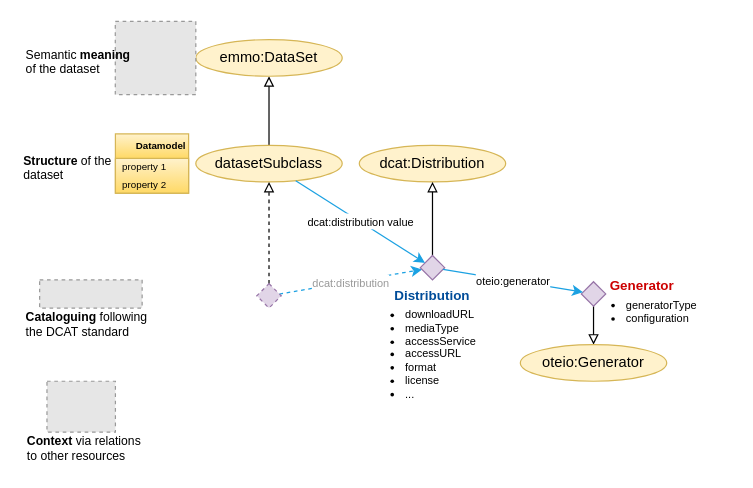
Above: page "Consumer1" (5 of 19) of docs/figs/dataset.drawio in EMMC-ASBL/tripper (draw.io), before the change. Source tidied: cells renumbered, new cells numbered last; positions are measured from the earlier drawing's top-left corner, leaving out a move shared by most shapes. Both pictures are drawn from the tidied source at 122%, with x=0, y=0 at pixel (21, 21). Pictures stored in the file or linked from it are replaced by grey dashed boxes.
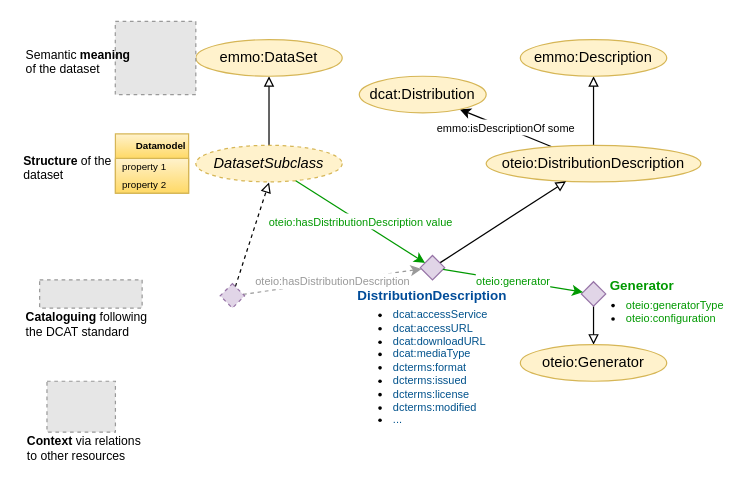
The same page after the edit.

The change refers to these unchanged cells:
```xml
<mxCell id="10" style="rhombus;whiteSpace=wrap;html=1;fillColor=#e1d5e7;strokeColor=#9673a6;" parent="1" vertex="1">
  <mxGeometry x="327" y="191.9" width="20" height="20" as="geometry" />
</mxCell>
<mxCell id="12" value="emmo:DataSet" style="ellipse;whiteSpace=wrap;html=1;fillColor=#fff2cc;strokeColor=#d6b656;" parent="1" vertex="1">
  <mxGeometry x="143" y="15" width="120" height="30" as="geometry" />
</mxCell>
<mxCell id="27" style="rhombus;whiteSpace=wrap;html=1;fillColor=#e1d5e7;strokeColor=#9673a6;" parent="1" vertex="1">
  <mxGeometry x="459" y="213.4" width="20" height="20" as="geometry" />
</mxCell>
```

What changed in the source:
```diff
@@
-    <mxCell id="2" value="&lt;ul&gt;&lt;li&gt;&lt;font style=&quot;font-size: 9px;&quot;&gt;downloadURL&lt;/font&gt;&lt;/li&gt;&lt;li&gt;&lt;font style=&quot;font-size: 9px;&quot;&gt;mediaType&lt;/font&gt;&lt;/li&gt;&lt;li&gt;&lt;font style=&quot;font-size: 9px;&quot;&gt;accessService&lt;/font&gt;&lt;/li&gt;&lt;li&gt;&lt;font style=&quot;font-size: 9px;&quot;&gt;accessURL&lt;/font&gt;&lt;/li&gt;&lt;li&gt;&lt;span style=&quot;background-color: initial;&quot;&gt;format&lt;/span&gt;&lt;br&gt;&lt;/li&gt;&lt;li&gt;&lt;span style=&quot;background-color: initial;&quot;&gt;license&lt;/span&gt;&lt;br&gt;&lt;/li&gt;&lt;li&gt;&lt;font style=&quot;font-size: 9px;&quot;&gt;...&lt;/font&gt;&lt;/li&gt;&lt;/ul&gt;" style="text;html=1;align=left;verticalAlign=top;whiteSpace=wrap;rounded=0;fontFamily=Helvetica;fontSize=9;fontColor=default;labelBackgroundColor=none;" parent="1" vertex="1">
-      <mxGeometry x="273" y="220" width="100" height="100" as="geometry" />
-    </mxCell>
-    <mxCell id="3" style="edgeStyle=none;rounded=0;jettySize=auto;html=1;endArrow=block;endFill=0;" parent="1" edge="1" source="4" target="12">
-      <mxGeometry relative="1" as="geometry" />
-    </mxCell>
-    <mxCell id="4" value="datasetSubclass" style="ellipse;whiteSpace=wrap;html=1;fillColor=#fff2cc;strokeColor=#d6b656;" parent="1" vertex="1">
-      <mxGeometry x="143" y="101.6" width="120" height="30" as="geometry" />
-    </mxCell>
-    <mxCell id="5" value="dcat:Distribution" style="ellipse;whiteSpace=wrap;html=1;fillColor=#fff2cc;strokeColor=#d6b656;" parent="1" vertex="1">
-      <mxGeometry x="277" y="101.6" width="120" height="30" as="geometry" />
-    </mxCell>
-    <mxCell id="6" style="edgeStyle=none;shape=connector;rounded=0;jettySize=auto;html=1;strokeColor=default;align=center;verticalAlign=middle;fontFamily=Helvetica;fontSize=11;fontColor=default;labelBackgroundColor=default;endArrow=block;endFill=0;dashed=1;" parent="1" edge="1" source="8" target="4">
-      <mxGeometry relative="1" as="geometry" />
-    </mxCell>
-    <mxCell id="7" value="&lt;span style=&quot;font-size: 9px;&quot;&gt;&lt;font color=&quot;#999999&quot;&gt;dcat:distribution&lt;/font&gt;&lt;/span&gt;" style="shape=connector;rounded=0;jettySize=auto;html=1;strokeColor=#1BA1E2;align=center;verticalAlign=middle;fontFamily=Helvetica;fontSize=11;fontColor=default;labelBackgroundColor=default;endArrow=classic;endFill=1;dashed=1;" parent="1" edge="1" source="8" target="10">
-      <mxGeometry relative="1" as="geometry" />
-    </mxCell>
-    <mxCell id="8" style="rhombus;whiteSpace=wrap;html=1;fillColor=#e1d5e7;strokeColor=#9673a6;dashed=1;" parent="1" vertex="1">
-      <mxGeometry x="193" y="215" width="20" height="20" as="geometry" />
-    </mxCell>
-    <mxCell id="9" style="edgeStyle=none;shape=connector;rounded=0;jettySize=auto;html=1;strokeColor=default;align=center;verticalAlign=middle;fontFamily=Helvetica;fontSize=11;fontColor=default;labelBackgroundColor=default;endArrow=block;endFill=0;" parent="1" edge="1" source="10" target="5">
-      <mxGeometry relative="1" as="geometry" />
-    </mxCell>
+    <mxCell id="33" value="&lt;ul&gt;&lt;li&gt;&lt;font color=&quot;#00528c&quot;&gt;dcat:accessService&lt;/font&gt;&lt;/li&gt;&lt;li&gt;&lt;font color=&quot;#00528c&quot;&gt;dcat:accessURL&lt;/font&gt;&lt;/li&gt;&lt;li&gt;&lt;font color=&quot;#00528c&quot; style=&quot;font-size: 9px;&quot;&gt;dcat:downloadURL&lt;/font&gt;&lt;/li&gt;&lt;li&gt;&lt;font color=&quot;#00528c&quot; style=&quot;font-size: 9px;&quot;&gt;dcat:mediaType&lt;/font&gt;&lt;/li&gt;&lt;li&gt;&lt;span style=&quot;background-color: initial; color: rgb(0, 82, 140);&quot;&gt;dcterms:format&lt;/span&gt;&lt;br&gt;&lt;/li&gt;&lt;li&gt;&lt;font color=&quot;#00528c&quot;&gt;dcterms:issued&lt;/font&gt;&lt;/li&gt;&lt;li&gt;&lt;font color=&quot;#00528c&quot;&gt;&lt;span style=&quot;background-color: initial;&quot;&gt;dcterms:license&lt;/span&gt;&lt;br&gt;&lt;/font&gt;&lt;/li&gt;&lt;li&gt;&lt;span style=&quot;background-color: initial; color: rgb(0, 82, 140);&quot;&gt;dcterms:modified&lt;/span&gt;&lt;br&gt;&lt;/li&gt;&lt;li&gt;&lt;span style=&quot;color: rgb(0, 82, 140); background-color: initial;&quot;&gt;...&lt;/span&gt;&lt;br&gt;&lt;/li&gt;&lt;/ul&gt;" style="text;html=1;align=left;verticalAlign=top;whiteSpace=wrap;rounded=0;fontFamily=Helvetica;fontSize=9;fontColor=default;labelBackgroundColor=none;" parent="1" vertex="1">
+      <mxGeometry x="263" y="219.8" width="130" height="115" as="geometry" />
+    </mxCell>
+    <mxCell id="34" style="edgeStyle=none;rounded=0;jettySize=auto;html=1;endArrow=block;endFill=0;" parent="1" edge="1" source="35" target="12">
+      <mxGeometry relative="1" as="geometry" />
+    </mxCell>
+    <mxCell id="35" value="&lt;i&gt;DatasetSubclass&lt;/i&gt;" style="ellipse;whiteSpace=wrap;html=1;fillColor=#fff2cc;strokeColor=#d6b656;dashed=1;" parent="1" vertex="1">
+      <mxGeometry x="143" y="101.6" width="120" height="30" as="geometry" />
+    </mxCell>
+    <mxCell id="36" style="rounded=0;jettySize=auto;html=1;strokeColor=default;align=center;verticalAlign=middle;fontFamily=Helvetica;fontSize=11;fontColor=default;labelBackgroundColor=default;endArrow=block;endFill=0;" parent="1" edge="1" source="38" target="43">
+      <mxGeometry relative="1" as="geometry" />
+    </mxCell>
+    <mxCell id="37" value="&lt;font style=&quot;font-size: 9px;&quot;&gt;emmo:isDescriptionOf some&lt;/font&gt;" style="edgeStyle=none;shape=connector;rounded=0;jettySize=auto;html=1;strokeColor=#000000;align=center;verticalAlign=middle;fontFamily=Helvetica;fontSize=11;fontColor=default;labelBackgroundColor=default;endArrow=classic;endFill=1;" parent="1" edge="1" source="38" target="5">
+      <mxGeometry relative="1" as="geometry" />
+    </mxCell>
+    <mxCell id="38" value="oteio:DistributionDescription" style="ellipse;whiteSpace=wrap;html=1;fillColor=#fff2cc;strokeColor=#d6b656;" parent="1" vertex="1">
+      <mxGeometry x="381" y="101.6" width="176" height="30" as="geometry" />
+    </mxCell>
+    <mxCell id="39" style="edgeStyle=none;shape=connector;rounded=0;jettySize=auto;html=1;strokeColor=default;align=center;verticalAlign=middle;fontFamily=Helvetica;fontSize=11;fontColor=default;labelBackgroundColor=default;endArrow=block;endFill=0;" parent="1" edge="1" source="10" target="38">
+      <mxGeometry relative="1" as="geometry" />
+    </mxCell>
@@
-    <mxCell id="11" value="&lt;b style=&quot;&quot;&gt;&lt;font color=&quot;#004c99&quot;&gt;Distribution&lt;/font&gt;&lt;/b&gt;" style="text;html=1;align=center;verticalAlign=middle;whiteSpace=wrap;rounded=0;fontFamily=Helvetica;fontSize=11;fontColor=default;labelBackgroundColor=none;" parent="1" vertex="1">
-      <mxGeometry x="307" y="220" width="60" height="10" as="geometry" />
-    </mxCell>
+    <mxCell id="40" value="&lt;b style=&quot;&quot;&gt;&lt;font color=&quot;#004c99&quot;&gt;DistributionDescription&lt;/font&gt;&lt;/b&gt;" style="text;html=1;align=center;verticalAlign=middle;whiteSpace=wrap;rounded=0;fontFamily=Helvetica;fontSize=11;fontColor=default;labelBackgroundColor=none;" parent="1" vertex="1">
+      <mxGeometry x="307" y="220" width="60" height="10" as="geometry" />
+    </mxCell>
@@
-    <mxCell id="13" value="&lt;ul&gt;&lt;li&gt;generatorType&lt;/li&gt;&lt;li&gt;&lt;span style=&quot;background-color: initial;&quot;&gt;configuration&lt;/span&gt;&lt;br&gt;&lt;/li&gt;&lt;/ul&gt;" style="text;html=1;align=left;verticalAlign=top;whiteSpace=wrap;rounded=0;fontFamily=Helvetica;fontSize=9;fontColor=default;labelBackgroundColor=none;" parent="1" vertex="1">
-      <mxGeometry x="454" y="211.9" width="90" height="50" as="geometry" />
-    </mxCell>
+    <mxCell id="41" value="&lt;ul&gt;&lt;li&gt;&lt;font color=&quot;#009900&quot;&gt;oteio:generatorType&lt;/font&gt;&lt;/li&gt;&lt;li&gt;&lt;span style=&quot;background-color: initial;&quot;&gt;&lt;font color=&quot;#009900&quot;&gt;oteio:configuration&lt;/font&gt;&lt;/span&gt;&lt;br&gt;&lt;/li&gt;&lt;/ul&gt;" style="text;html=1;align=left;verticalAlign=top;whiteSpace=wrap;rounded=0;fontFamily=Helvetica;fontSize=9;fontColor=default;labelBackgroundColor=none;" parent="1" vertex="1">
+      <mxGeometry x="454" y="211.9" width="129" height="50" as="geometry" />
+    </mxCell>
@@
-    <mxCell id="28" value="&lt;font style=&quot;font-size: 9px;&quot;&gt;oteio:generator&lt;/font&gt;" style="shape=connector;rounded=0;jettySize=auto;html=1;strokeColor=#1BA1E2;align=center;verticalAlign=middle;fontFamily=Helvetica;fontSize=11;fontColor=default;labelBackgroundColor=default;endArrow=classic;endFill=1;" parent="1" edge="1" source="10" target="27">
+    <mxCell id="28" value="&lt;font color=&quot;#009900&quot; style=&quot;font-size: 9px;&quot;&gt;oteio:generator&lt;/font&gt;" style="shape=connector;rounded=0;jettySize=auto;html=1;strokeColor=#009900;align=center;verticalAlign=middle;fontFamily=Helvetica;fontSize=11;fontColor=default;labelBackgroundColor=default;endArrow=classic;endFill=1;" parent="1" edge="1" source="10" target="27">
       <mxGeometry relative="1" as="geometry" />
     </mxCell>
-    <mxCell id="29" value="&lt;b&gt;&lt;font color=&quot;#cc0000&quot;&gt;Generator&lt;/font&gt;&lt;/b&gt;" style="text;html=1;align=center;verticalAlign=middle;whiteSpace=wrap;rounded=0;fontFamily=Helvetica;fontSize=11;fontColor=default;labelBackgroundColor=none;" parent="1" vertex="1">
+    <mxCell id="29" value="&lt;b&gt;&lt;font color=&quot;#009900&quot;&gt;Generator&lt;/font&gt;&lt;/b&gt;" style="text;html=1;align=center;verticalAlign=middle;whiteSpace=wrap;rounded=0;fontFamily=Helvetica;fontSize=11;fontColor=default;labelBackgroundColor=none;" parent="1" vertex="1">
       <mxGeometry x="479" y="211.9" width="60" height="10" as="geometry" />
     </mxCell>
@@
-    <mxCell id="32" value="&lt;span style=&quot;font-size: 9px;&quot;&gt;dcat:distribution value&lt;/span&gt;" style="shape=connector;rounded=0;jettySize=auto;html=1;strokeColor=#1BA1E2;align=center;verticalAlign=middle;fontFamily=Helvetica;fontSize=11;fontColor=default;labelBackgroundColor=default;endArrow=classic;endFill=1;" parent="1" edge="1" source="4" target="10">
-      <mxGeometry relative="1" as="geometry" />
-    </mxCell>
+    <mxCell id="42" value="&lt;span style=&quot;font-size: 9px;&quot;&gt;&lt;font color=&quot;#009900&quot;&gt;oteio:hasDistributionDescription value&lt;/font&gt;&lt;/span&gt;" style="shape=connector;rounded=0;jettySize=auto;html=1;strokeColor=#009900;align=center;verticalAlign=middle;fontFamily=Helvetica;fontSize=11;fontColor=default;labelBackgroundColor=default;endArrow=classic;endFill=1;" parent="1" edge="1" source="35" target="10">
+      <mxGeometry relative="1" as="geometry" />
+    </mxCell>
+    <mxCell id="43" value="emmo:Description" style="ellipse;whiteSpace=wrap;html=1;fillColor=#fff2cc;strokeColor=#d6b656;" parent="1" vertex="1">
+      <mxGeometry x="409" y="15" width="120" height="30" as="geometry" />
+    </mxCell>
+    <mxCell id="5" value="dcat:Distribution" style="ellipse;whiteSpace=wrap;html=1;fillColor=#fff2cc;strokeColor=#d6b656;" parent="1" vertex="1">
+      <mxGeometry x="277" y="45" width="104" height="30" as="geometry" />
+    </mxCell>
+    <mxCell id="44" style="edgeStyle=none;shape=connector;rounded=0;jettySize=auto;html=1;strokeColor=default;align=center;verticalAlign=middle;fontFamily=Helvetica;fontSize=11;fontColor=default;labelBackgroundColor=default;endArrow=block;endFill=0;dashed=1;" parent="1" edge="1" source="46">
+      <mxGeometry relative="1" as="geometry">
+        <mxPoint x="203" y="132" as="targetPoint" />
+      </mxGeometry>
+    </mxCell>
+    <mxCell id="45" value="&lt;span style=&quot;font-size: 9px;&quot;&gt;&lt;font color=&quot;#999999&quot;&gt;oteio:hasDistributionDescription&lt;/font&gt;&lt;/span&gt;" style="shape=connector;rounded=0;jettySize=auto;html=1;strokeColor=#999999;align=center;verticalAlign=middle;fontFamily=Helvetica;fontSize=11;fontColor=default;labelBackgroundColor=default;endArrow=classic;endFill=1;dashed=1;" parent="1" edge="1" source="46">
+      <mxGeometry relative="1" as="geometry">
+        <mxPoint x="328" y="203" as="targetPoint" />
+      </mxGeometry>
+    </mxCell>
+    <mxCell id="46" style="rhombus;whiteSpace=wrap;html=1;fillColor=#e1d5e7;strokeColor=#9673a6;dashed=1;" parent="1" vertex="1">
+      <mxGeometry x="163" y="215" width="20" height="20" as="geometry" />
+    </mxCell>
```
